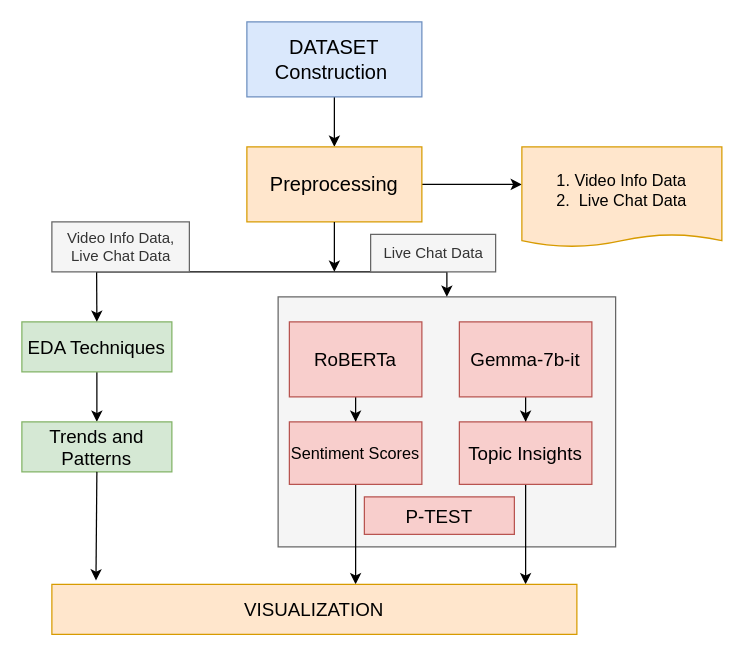
Earlier version of the draw.io diagram esports.drawio (oitik/drawio). Source tidied: cells renumbered, new cells numbered last; positions are measured from the earlier drawing's top-left corner, leaving out a move shared by most shapes. Both pictures are drawn from the tidied source at 125%, with x=0, y=0 at pixel (21, 21).
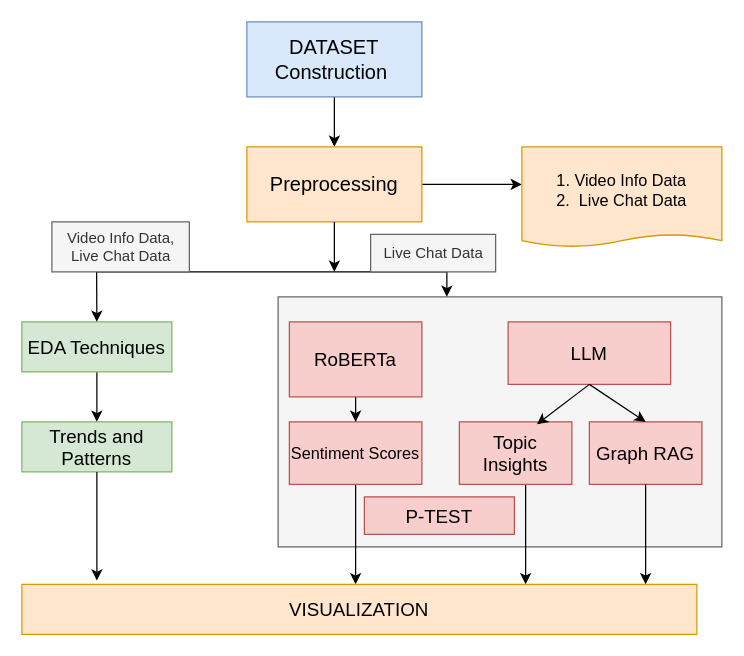
Above is the later version.

Unchanged cells that the change refers to:
```xml
<mxCell id="24" value="&lt;font style=&quot;font-size: 15px;&quot;&gt;Trends and Patterns&lt;/font&gt;" style="rounded=0;whiteSpace=wrap;html=1;fillColor=#d5e8d4;strokeColor=#82b366;" parent="1" vertex="1">
  <mxGeometry y="320" width="120" height="40" as="geometry" />
</mxCell>
```

Change to the diagram source:
```diff
@@
     <mxCell id="9" style="rounded=0;whiteSpace=wrap;html=1;fillColor=#f5f5f5;fontColor=#333333;strokeColor=#666666;" parent="1" vertex="1">
-      <mxGeometry x="205" y="220" width="270" height="200" as="geometry" />
+      <mxGeometry x="205" y="220" width="355" height="200" as="geometry" />
     </mxCell>
@@
-    <mxCell id="14" style="endArrow=classic;html=1;rounded=0;entryX=0.5;entryY=0;entryDx=0;entryDy=0;" parent="1" edge="1" target="9">
+    <mxCell id="14" style="endArrow=classic;html=1;rounded=0;" parent="1" edge="1">
       <mxGeometry relative="1" as="geometry">
         <mxPoint x="340" y="200" as="sourcePoint" />
+        <mxPoint x="340" y="220" as="targetPoint" />
       </mxGeometry>
     </mxCell>
@@
-    <mxCell id="18" style="edgeStyle=orthogonalEdgeStyle;rounded=0;jettySize=auto;html=1;" parent="1" edge="1" source="19" target="23">
-      <mxGeometry relative="1" as="geometry" />
-    </mxCell>
-    <mxCell id="19" value="&lt;font style=&quot;font-size: 15px;&quot;&gt;Gemma-7b-it&lt;/font&gt;" style="rounded=0;whiteSpace=wrap;html=1;fillColor=#f8cecc;strokeColor=#b85450;" parent="1" vertex="1">
-      <mxGeometry x="350" y="240" width="106" height="60" as="geometry" />
-    </mxCell>
@@
     <mxCell id="23" value="&lt;font style=&quot;font-size: 15px;&quot;&gt;Topic Insights&lt;/font&gt;" style="rounded=0;whiteSpace=wrap;html=1;fillColor=#f8cecc;strokeColor=#b85450;" parent="1" vertex="1">
-      <mxGeometry x="350" y="320" width="106" height="50" as="geometry" />
+      <mxGeometry x="350" y="320" width="90" height="50" as="geometry" />
     </mxCell>
@@
     <mxCell id="25" value="&lt;font style=&quot;font-size: 15px;&quot;&gt;VISUALIZATION&lt;/font&gt;" style="whiteSpace=wrap;html=1;rounded=0;fillColor=#ffe6cc;strokeColor=#d79b00;" parent="1" vertex="1">
-      <mxGeometry x="24" y="450" width="420" height="40" as="geometry" />
+      <mxGeometry y="450" width="540" height="40" as="geometry" />
     </mxCell>
-    <mxCell id="26" style="endArrow=classic;html=1;rounded=0;exitX=0.5;exitY=1;exitDx=0;exitDy=0;entryX=0.084;entryY=-0.079;entryDx=0;entryDy=0;entryPerimeter=0;" parent="1" edge="1" source="24" target="25">
-      <mxGeometry relative="1" as="geometry" />
+    <mxCell id="26" style="endArrow=classic;html=1;rounded=0;exitX=0.5;exitY=1;exitDx=0;exitDy=0;" parent="1" edge="1" source="24">
+      <mxGeometry relative="1" as="geometry">
+        <mxPoint x="60" y="447" as="targetPoint" />
+      </mxGeometry>
     </mxCell>
@@
+    <mxCell id="28" value="&lt;font style=&quot;font-size: 15px;&quot;&gt;LLM&lt;/font&gt;" style="rounded=0;whiteSpace=wrap;html=1;fillColor=#f8cecc;strokeColor=#b85450;" parent="1" vertex="1">
+      <mxGeometry x="389" y="240" width="130" height="50" as="geometry" />
+    </mxCell>
+    <mxCell id="29" style="endArrow=classic;html=1;rounded=0;exitX=0.5;exitY=1;exitDx=0;exitDy=0;entryX=0.689;entryY=0.04;entryDx=0;entryDy=0;entryPerimeter=0;" parent="1" edge="1" source="28" target="23">
+      <mxGeometry relative="1" as="geometry" />
+    </mxCell>
+    <mxCell id="30" value="&lt;font style=&quot;font-size: 15px;&quot;&gt;Graph RAG&lt;/font&gt;" style="rounded=0;whiteSpace=wrap;html=1;fillColor=#f8cecc;strokeColor=#b85450;" parent="1" vertex="1">
+      <mxGeometry x="454" y="320" width="90" height="50" as="geometry" />
+    </mxCell>
+    <mxCell id="31" style="endArrow=classic;html=1;rounded=0;entryX=0.5;entryY=0;entryDx=0;entryDy=0;exitX=0.5;exitY=1;exitDx=0;exitDy=0;" parent="1" edge="1" source="28" target="30">
+      <mxGeometry relative="1" as="geometry" />
+    </mxCell>
+    <mxCell id="32" style="endArrow=classic;html=1;rounded=0;exitX=0.5;exitY=1;exitDx=0;exitDy=0;" parent="1" edge="1" source="30">
+      <mxGeometry relative="1" as="geometry">
+        <mxPoint x="499" y="450" as="targetPoint" />
+      </mxGeometry>
+    </mxCell>
```
